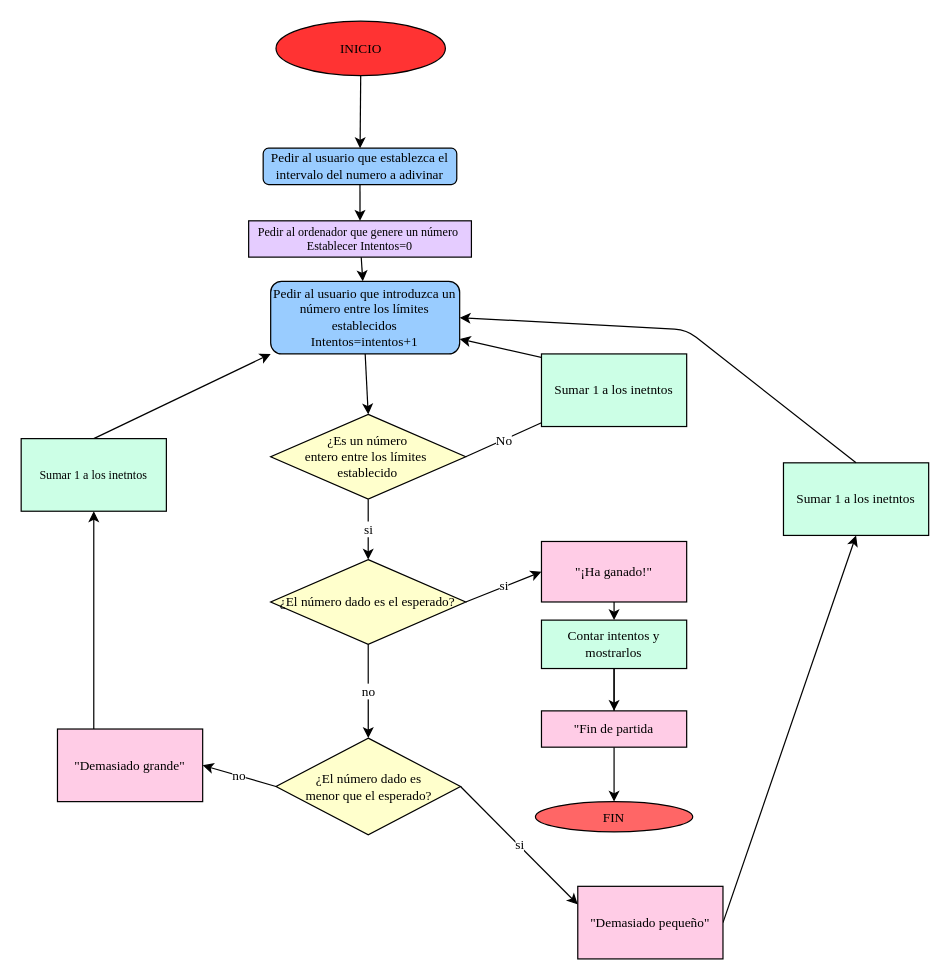
Earlier version of the draw.io diagram diagrama.drawio (valuvilla/3.Adivina_un_numero_valentina_villalobos). Source tidied: cells renumbered, new cells numbered last; positions are measured from the earlier drawing's top-left corner, leaving out a move shared by most shapes. Both pictures are drawn from the tidied source at 121%, with x=0, y=0 at pixel (21, 21).
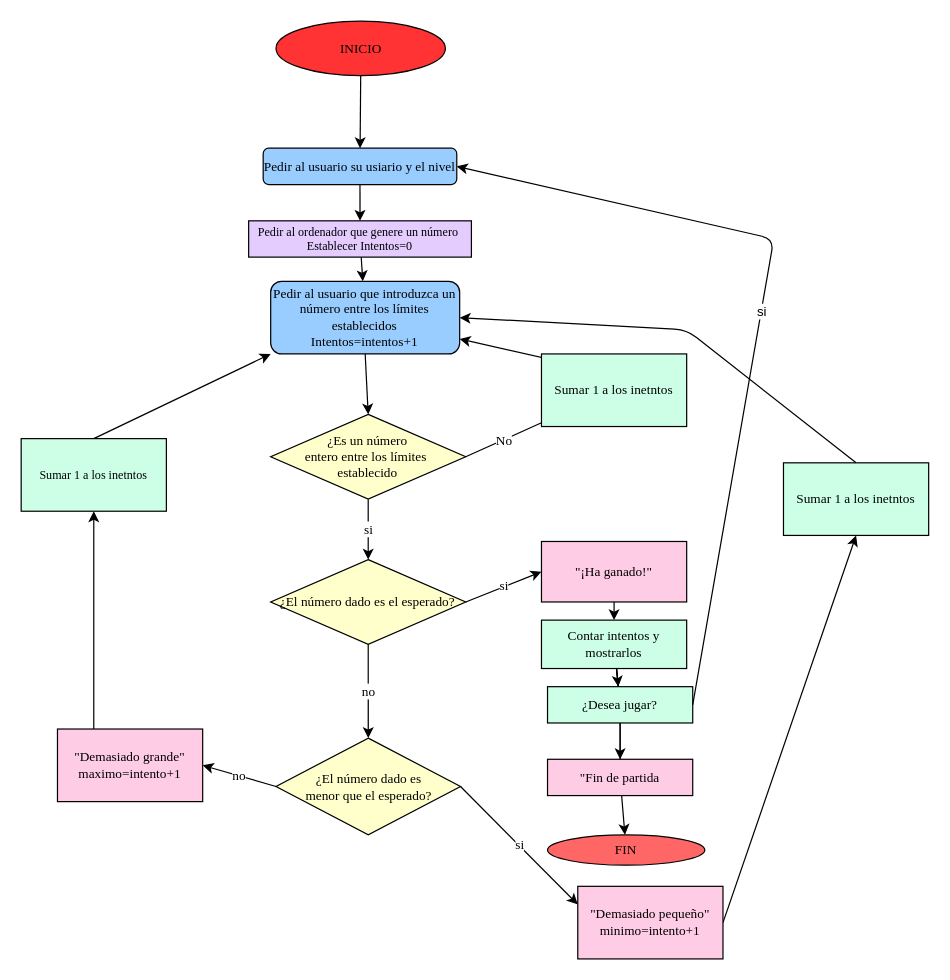
Above is the later version.

The change refers to these unchanged cells:
```xml
<mxCell id="20" value="Contar intentos y mostrarlos" style="rounded=0;whiteSpace=wrap;html=1;fontSize=11;fontFamily=Times New Roman;fillColor=#CCFFE6;" parent="1" vertex="1">
  <mxGeometry x="430" y="495" width="120" height="40" as="geometry" />
</mxCell>
```

Change to the diagram source:
```diff
@@
-    <mxCell id="7" value="&quot;Demasiado grande&quot;" style="rounded=0;whiteSpace=wrap;html=1;fontSize=11;fontFamily=Times New Roman;fillColor=#FFCCE6;" parent="1" vertex="1">
+    <mxCell id="7" value="&quot;Demasiado grande&quot;&lt;br&gt;maximo=intento+1" style="rounded=0;whiteSpace=wrap;html=1;fontSize=11;fontFamily=Times New Roman;fillColor=#FFCCE6;" parent="1" vertex="1">
       <mxGeometry x="30" y="585" width="120" height="60" as="geometry" />
     </mxCell>
@@
-    <mxCell id="9" value="&quot;Demasiado pequeño&quot;" style="rounded=0;whiteSpace=wrap;html=1;fontSize=11;fontFamily=Times New Roman;fillColor=#FFCCE6;" parent="1" vertex="1">
+    <mxCell id="9" value="&quot;Demasiado pequeño&quot;&lt;br&gt;minimo=intento+1" style="rounded=0;whiteSpace=wrap;html=1;fontSize=11;fontFamily=Times New Roman;fillColor=#FFCCE6;" parent="1" vertex="1">
       <mxGeometry x="460" y="715" width="120" height="60" as="geometry" />
     </mxCell>
@@
-    <mxCell id="19" style="edgeStyle=none;html=1;fontFamily=Times New Roman;fontSize=10;fillColor=#CCFFE6;" parent="1" edge="1" source="20" target="35">
+    <mxCell id="19" style="edgeStyle=none;html=1;fontFamily=Times New Roman;fontSize=10;fillColor=#CCFFE6;startArrow=none;" parent="1" edge="1" source="40" target="35">
       <mxGeometry relative="1" as="geometry" />
     </mxCell>
+    <mxCell id="38" style="edgeStyle=none;html=1;" parent="1" edge="1" source="20" target="40">
+      <mxGeometry relative="1" as="geometry" />
+    </mxCell>
@@
-    <mxCell id="32" value="Pedir al usuario que establezca el intervalo del numero a adivinar" style="rounded=1;whiteSpace=wrap;html=1;fontSize=11;fontFamily=Times New Roman;fillColor=#99CCFF;" parent="1" vertex="1">
+    <mxCell id="32" value="Pedir al usuario su usiario y el nivel" style="rounded=1;whiteSpace=wrap;html=1;fontSize=11;fontFamily=Times New Roman;fillColor=#99CCFF;" parent="1" vertex="1">
       <mxGeometry x="200" y="105" width="160" height="30" as="geometry" />
     </mxCell>
@@
     <mxCell id="34" value="FIN" style="ellipse;whiteSpace=wrap;html=1;fontSize=11;fontFamily=Times New Roman;rounded=0;fillColor=#FF6666;" parent="1" vertex="1">
-      <mxGeometry x="425" y="645" width="130" height="25" as="geometry" />
+      <mxGeometry x="435" y="672.5" width="130" height="25" as="geometry" />
     </mxCell>
     <mxCell id="35" value="&quot;Fin de partida" style="whiteSpace=wrap;html=1;fontSize=11;fontFamily=Times New Roman;rounded=0;fillColor=#FFCCE6;" parent="1" vertex="1">
-      <mxGeometry x="430" y="570" width="120" height="30" as="geometry" />
+      <mxGeometry x="435" y="610" width="120" height="30" as="geometry" />
     </mxCell>
-    <mxCell id="36" style="edgeStyle=none;html=1;fontFamily=Times New Roman;fontSize=10;endArrow=none;" parent="1" edge="1" source="20" target="35">
+    <mxCell id="36" style="edgeStyle=none;html=1;fontFamily=Times New Roman;fontSize=10;endArrow=none;startArrow=none;" parent="1" edge="1" source="40" target="35">
       <mxGeometry relative="1" as="geometry" />
     </mxCell>
@@
+    <mxCell id="39" style="edgeStyle=none;html=1;fontFamily=Times New Roman;fontSize=10;endArrow=none;" parent="1" edge="1" source="20" target="40">
+      <mxGeometry relative="1" as="geometry" />
+    </mxCell>
+    <mxCell id="40" value="¿Desea jugar?" style="whiteSpace=wrap;html=1;fontSize=11;fontFamily=Times New Roman;fillColor=#CCFFE6;rounded=0;" parent="1" vertex="1">
+      <mxGeometry x="435" y="550" width="120" height="30" as="geometry" />
+    </mxCell>
+    <mxCell id="41" style="edgeStyle=none;html=1;fontFamily=Times New Roman;fontSize=10;fillColor=#CCFFE6;endArrow=none;" parent="1" edge="1" source="20" target="40">
+      <mxGeometry relative="1" as="geometry" />
+    </mxCell>
+    <mxCell id="42" style="endArrow=classic;html=1;exitX=1;exitY=0.5;exitDx=0;exitDy=0;entryX=1;entryY=0.5;entryDx=0;entryDy=0;" parent="1" edge="1" source="40" target="32">
+      <mxGeometry relative="1" as="geometry">
+        <Array as="points">
+          <mxPoint x="622" y="180" />
+        </Array>
+      </mxGeometry>
+    </mxCell>
+    <mxCell id="43" value="si" style="edgeLabel;html=1;align=center;verticalAlign=middle;" parent="42" vertex="1">
+      <mxGeometry relative="1" as="geometry" />
+    </mxCell>
```
